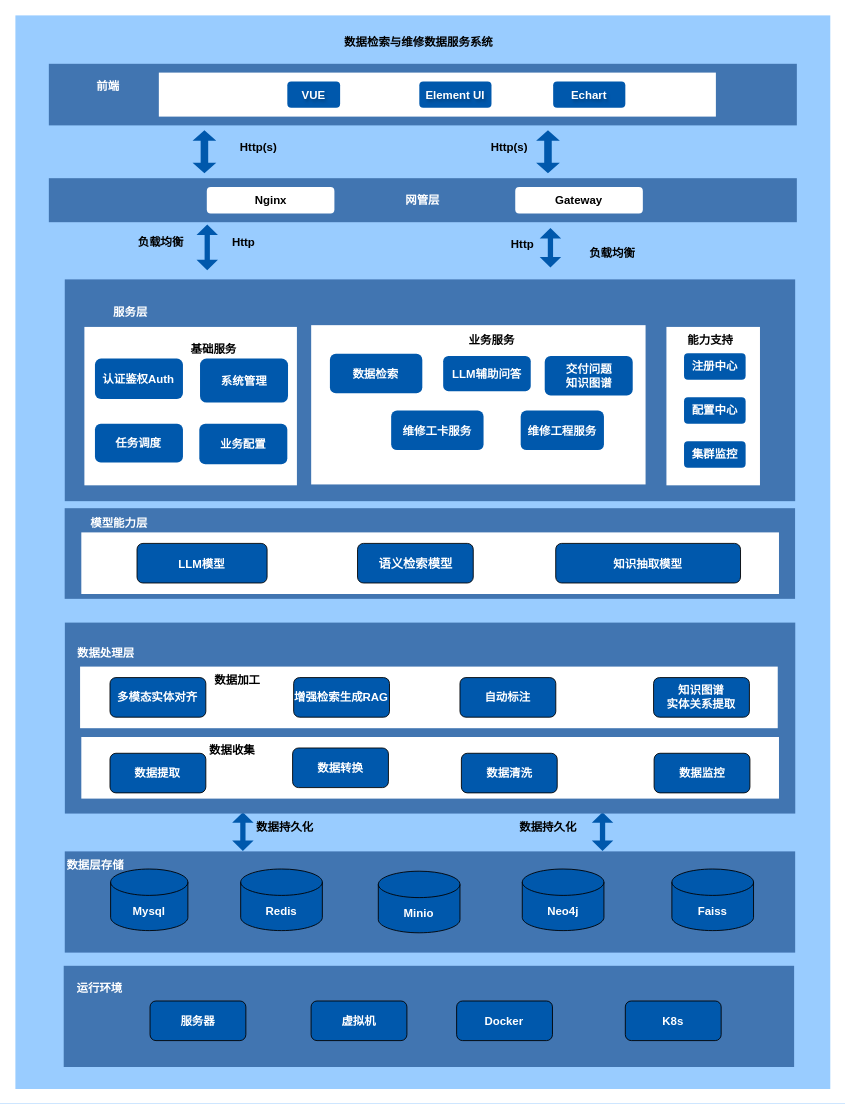
The draw.io diagram 数据检索与维修数据服/数据检索与维修数据服务技术架构图.drawio in DemonHan/KuickBuy, before the edit. Source tidied: cells renumbered, new cells numbered last; positions are measured from the earlier drawing's top-left corner, leaving out a move shared by most shapes. Both pictures are drawn from the tidied source at 88%, with x=0, y=0 at pixel (15, 15).
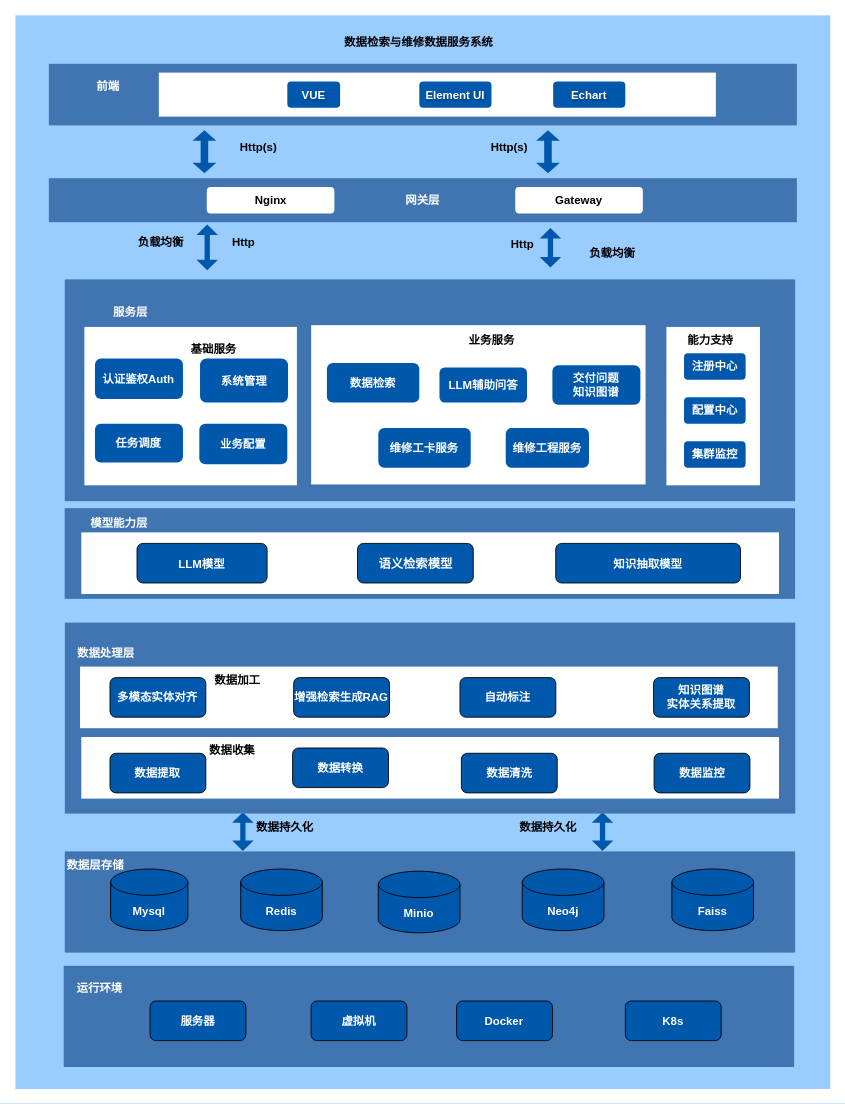
The same page after the edit.

Commit message:
更新数据检索与维修数据服务技术架构图.drawio

The edit, as a diff of the source:
```diff
@@
     <mxCell id="18" value="交付问题&lt;div&gt;知识图谱&lt;/div&gt;" style="rounded=1;whiteSpace=wrap;html=1;fontStyle=1;fontSize=13;strokeColor=none;fillColor=#0058AC;fontColor=#FFFFFF;" parent="1" vertex="1">
-      <mxGeometry x="601.5" y="387" width="100" height="45" as="geometry" />
+      <mxGeometry x="610.2" y="397.5" width="100" height="45" as="geometry" />
     </mxCell>
     <mxCell id="19" value="LLM辅助问答" style="rounded=1;whiteSpace=wrap;html=1;fontStyle=1;fontSize=13;strokeColor=none;fillColor=#0058AC;fontColor=#FFFFFF;" parent="1" vertex="1">
-      <mxGeometry x="486.1" y="387" width="99.5" height="40" as="geometry" />
+      <mxGeometry x="481.9" y="400" width="99.5" height="40" as="geometry" />
     </mxCell>
@@
     <mxCell id="46" value="数据检索" style="rounded=1;whiteSpace=wrap;html=1;fontStyle=1;fontSize=13;strokeColor=none;fillColor=#0058AC;fontColor=#FFFFFF;" parent="1" vertex="1">
-      <mxGeometry x="357.4" y="384.5" width="105" height="45" as="geometry" />
+      <mxGeometry x="354" y="395" width="105" height="45" as="geometry" />
     </mxCell>
     <mxCell id="47" value="维修工卡服务" style="rounded=1;whiteSpace=wrap;html=1;fontStyle=1;fontSize=13;strokeColor=none;fillColor=#0058AC;fontColor=#FFFFFF;" parent="1" vertex="1">
-      <mxGeometry x="427" y="449" width="105" height="45" as="geometry" />
+      <mxGeometry x="412.4" y="469" width="105" height="45" as="geometry" />
     </mxCell>
     <mxCell id="48" value="维修工程服务" style="rounded=1;whiteSpace=wrap;html=1;fontStyle=1;fontSize=13;strokeColor=none;fillColor=#0058AC;fontColor=#FFFFFF;" parent="1" vertex="1">
-      <mxGeometry x="574.2" y="449" width="94.6" height="45" as="geometry" />
+      <mxGeometry x="557.2" y="469" width="94.6" height="45" as="geometry" />
     </mxCell>
@@
-    <mxCell id="51" value="&lt;font color=&quot;#ffffff&quot;&gt;网管层&lt;/font&gt;" style="rounded=0;whiteSpace=wrap;html=1;fontStyle=1;fontSize=13;fillColor=#4175B1;strokeColor=none;" parent="1" vertex="1">
+    <mxCell id="51" value="&lt;font color=&quot;#ffffff&quot;&gt;网关层&lt;/font&gt;" style="rounded=0;whiteSpace=wrap;html=1;fontStyle=1;fontSize=13;fillColor=#4175B1;strokeColor=none;" parent="1" vertex="1">
       <mxGeometry x="38" y="185" width="850" height="50" as="geometry" />
     </mxCell>
```
